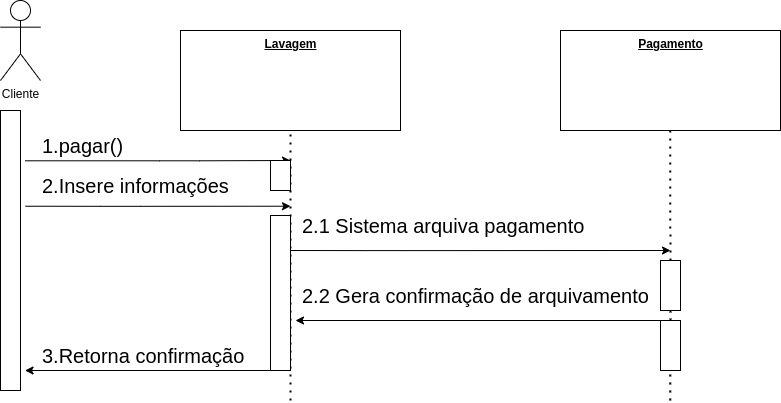
Above: resources/sequence_payment.png in MuriloGomesMunhoz/A-SClean (draw.io), before the change. Source tidied: cells renumbered, new cells last; positions are measured from the earlier drawing's top-left corner, leaving out a move shared by most shapes.
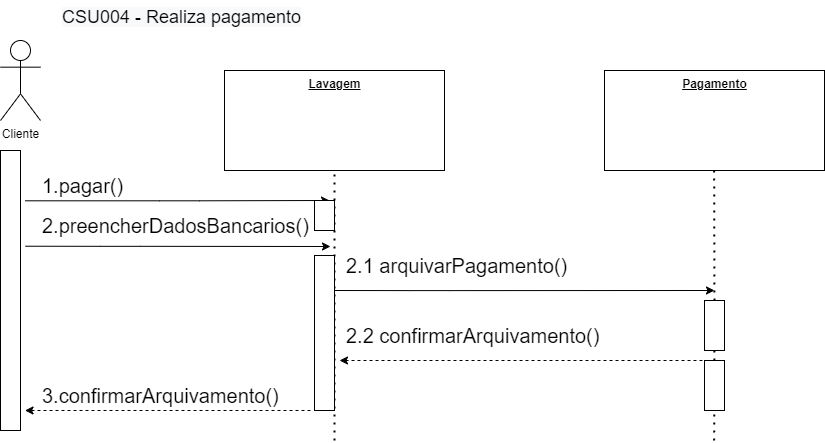
Later version of the same file.

What changed in the source:
```diff
@@ -8,20 +8,19 @@
         <mxPoint x="290" y="130" as="targetPoint" />
       </mxGeometry>
     </mxCell>
-    <mxCell id="3" style="endArrow=classic;html=1;rounded=0;" parent="1" edge="1">
+    <mxCell id="3" style="endArrow=classic;html=1;rounded=0;entryX=0.75;entryY=0;entryDx=0;entryDy=0;" parent="1" edge="1" target="20">
       <mxGeometry relative="1" as="geometry">
-        <mxPoint x="24.5" y="160.3" as="sourcePoint" />
-        <mxPoint x="290" y="160" as="targetPoint" />
+        <mxPoint x="-19.5" y="160.3" as="sourcePoint" />
         <Array as="points">
-          <mxPoint x="159.2" y="160.3" />
-          <mxPoint x="199.2" y="160.3" />
+          <mxPoint x="115.2" y="160.3" />
+          <mxPoint x="155.2" y="160.3" />
         </Array>
       </mxGeometry>
     </mxCell>
     <mxCell id="4" value="1.pagar()" style="text;html=1;strokeColor=none;fillColor=none;align=left;verticalAlign=middle;whiteSpace=wrap;rounded=0;fontSize=20;" parent="1" vertex="1">
-      <mxGeometry x="40" y="130" width="130" height="30" as="geometry" />
+      <mxGeometry x="-4" y="130" width="130" height="30" as="geometry" />
     </mxCell>
-    <mxCell id="5" value="2.1 Sistema&amp;nbsp;arquiva pagamento" style="text;html=1;strokeColor=none;fillColor=none;align=left;verticalAlign=middle;whiteSpace=wrap;rounded=0;fontSize=20;" parent="1" vertex="1">
+    <mxCell id="5" value="2.1 arquivarPagamento()" style="text;html=1;strokeColor=none;fillColor=none;align=left;verticalAlign=middle;whiteSpace=wrap;rounded=0;fontSize=20;" parent="1" vertex="1">
       <mxGeometry x="300" y="210" width="295" height="30" as="geometry" />
     </mxCell>
     <mxCell id="6" value="&lt;b&gt;&lt;u&gt;Lavagem&lt;/u&gt;&lt;/b&gt;" style="html=1;verticalAlign=top;" parent="1" vertex="1">
@@ -35,17 +34,17 @@
     <mxCell id="8" value="&lt;b&gt;&lt;u&gt;Pagamento&lt;/u&gt;&lt;/b&gt;" style="html=1;verticalAlign=top;" parent="1" vertex="1">
       <mxGeometry x="560" y="30" width="220" height="100" as="geometry" />
     </mxCell>
-    <mxCell id="9" value="2.2 Gera confirmação de arquivamento" style="text;html=1;strokeColor=none;fillColor=none;align=left;verticalAlign=middle;whiteSpace=wrap;rounded=0;fontSize=20;" parent="1" vertex="1">
+    <mxCell id="9" value="2.2 confirmarArquivamento()" style="text;html=1;strokeColor=none;fillColor=none;align=left;verticalAlign=middle;whiteSpace=wrap;rounded=0;fontSize=20;" parent="1" vertex="1">
       <mxGeometry x="300" y="280" width="390" height="30" as="geometry" />
     </mxCell>
-    <mxCell id="10" style="endArrow=classic;html=1;rounded=0;fontSize=20;" parent="1" edge="1">
+    <mxCell id="10" style="endArrow=classic;html=1;rounded=0;fontSize=20;dashed=1;" parent="1" edge="1">
       <mxGeometry relative="1" as="geometry">
-        <mxPoint x="290" y="370" as="sourcePoint" />
-        <mxPoint x="24.5" y="370" as="targetPoint" />
+        <mxPoint x="266" y="370" as="sourcePoint" />
+        <mxPoint x="-19.5" y="370" as="targetPoint" />
       </mxGeometry>
     </mxCell>
-    <mxCell id="11" value="3.Retorna confirmação" style="text;html=1;strokeColor=none;fillColor=none;align=left;verticalAlign=middle;whiteSpace=wrap;rounded=0;fontSize=20;" parent="1" vertex="1">
-      <mxGeometry x="40" y="340" width="240" height="30" as="geometry" />
+    <mxCell id="11" value="3.confirmarArquivamento()" style="text;html=1;strokeColor=none;fillColor=none;align=left;verticalAlign=middle;whiteSpace=wrap;rounded=0;fontSize=20;" parent="1" vertex="1">
+      <mxGeometry x="-4" y="340" width="240" height="30" as="geometry" />
     </mxCell>
     <mxCell id="12" style="endArrow=classic;html=1;rounded=0;" parent="1" edge="1">
       <mxGeometry relative="1" as="geometry">
@@ -57,7 +56,7 @@
         </Array>
       </mxGeometry>
     </mxCell>
-    <mxCell id="13" style="endArrow=classic;html=1;rounded=0;fontSize=20;" parent="1" edge="1">
+    <mxCell id="13" style="endArrow=classic;html=1;rounded=0;fontSize=20;dashed=1;" parent="1" edge="1">
       <mxGeometry relative="1" as="geometry">
         <mxPoint x="670" y="320" as="sourcePoint" />
         <mxPoint x="295" y="320" as="targetPoint" />
@@ -65,28 +64,28 @@
     </mxCell>
     <mxCell id="14" style="endArrow=classic;html=1;rounded=0;" parent="1" edge="1">
       <mxGeometry relative="1" as="geometry">
-        <mxPoint x="25" y="205.7" as="sourcePoint" />
-        <mxPoint x="290" y="205.7" as="targetPoint" />
+        <mxPoint x="-19" y="205.7" as="sourcePoint" />
+        <mxPoint x="286" y="206" as="targetPoint" />
         <Array as="points">
-          <mxPoint x="100.3" y="205.8" />
-          <mxPoint x="140.3" y="205.8" />
+          <mxPoint x="56.3" y="205.8" />
+          <mxPoint x="96.3" y="205.8" />
         </Array>
       </mxGeometry>
     </mxCell>
-    <mxCell id="15" value="2.Insere informações" style="text;html=1;strokeColor=none;fillColor=none;align=left;verticalAlign=middle;whiteSpace=wrap;rounded=0;fontSize=20;" parent="1" vertex="1">
-      <mxGeometry x="40" y="170" width="235" height="30" as="geometry" />
+    <mxCell id="15" value="2.preencherDadosBancarios()" style="text;html=1;strokeColor=none;fillColor=none;align=left;verticalAlign=middle;whiteSpace=wrap;rounded=0;fontSize=20;" parent="1" vertex="1">
+      <mxGeometry x="-4" y="170" width="235" height="30" as="geometry" />
     </mxCell>
     <mxCell id="16" style="edgeStyle=orthogonalEdgeStyle;rounded=0;orthogonalLoop=1;jettySize=auto;html=1;endArrow=none;endFill=0;" parent="1" edge="1">
       <mxGeometry relative="1" as="geometry">
-        <mxPoint x="20" y="110" as="sourcePoint" />
-        <mxPoint x="20" y="390" as="targetPoint" />
+        <mxPoint x="-24" y="110" as="sourcePoint" />
+        <mxPoint x="-24" y="390" as="targetPoint" />
       </mxGeometry>
     </mxCell>
     <mxCell id="17" value="Cliente" style="shape=umlActor;verticalLabelPosition=bottom;verticalAlign=top;html=1;" parent="1" vertex="1">
-      <mxGeometry width="40" height="80" as="geometry" />
+      <mxGeometry x="-44" width="40" height="80" as="geometry" />
     </mxCell>
     <mxCell id="18" style="rounded=0;whiteSpace=wrap;html=1;" parent="1" vertex="1">
-      <mxGeometry y="110" width="20" height="280" as="geometry" />
+      <mxGeometry x="-44" y="110" width="20" height="280" as="geometry" />
     </mxCell>
     <mxCell id="19" style="rounded=0;whiteSpace=wrap;html=1;" parent="1" vertex="1">
       <mxGeometry x="270" y="215" width="20" height="155" as="geometry" />
@@ -105,5 +104,8 @@
     <mxCell id="23" style="rounded=0;whiteSpace=wrap;html=1;" parent="1" vertex="1">
       <mxGeometry x="660" y="320" width="20" height="50" as="geometry" />
     </mxCell>
+    <mxCell id="24" value="&lt;span style=&quot;color: rgb(0, 0, 0); font-family: Helvetica; font-size: 18px; font-style: normal; font-variant-ligatures: normal; font-variant-caps: normal; font-weight: 400; letter-spacing: normal; orphans: 2; text-align: center; text-indent: 0px; text-transform: none; widows: 2; word-spacing: 0px; -webkit-text-stroke-width: 0px; background-color: rgb(248, 249, 250); text-decoration-thickness: initial; text-decoration-style: initial; text-decoration-color: initial; float: none; display: inline !important;&quot;&gt;CSU004 - Realiza pagamento&lt;/span&gt;" style="text;whiteSpace=wrap;html=1;" parent="1" vertex="1">
+      <mxGeometry x="16" y="-40" width="290" height="50" as="geometry" />
+    </mxCell>
   </root>
 </mxGraphModel>
```
